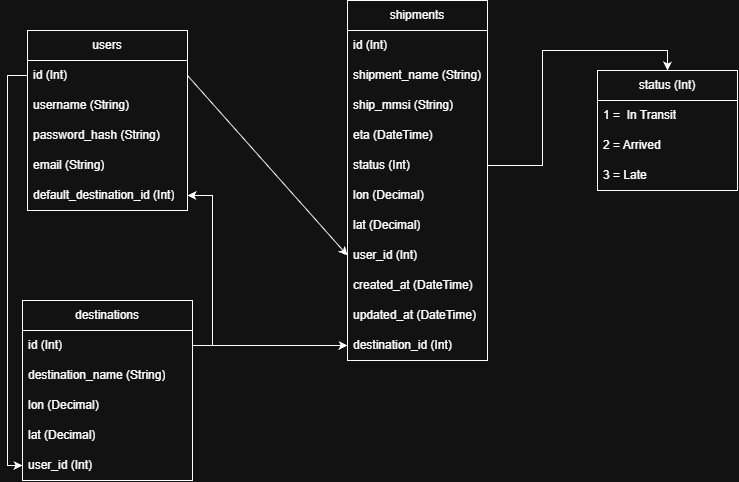
The draw.io diagram Documentation/Charts/ShipmentTrackingDB.drawio.png in Timanttiso/ShipmentTracking, before a commit. Source tidied: cells renumbered, new cells last; positions are measured from the earlier drawing's top-left corner, leaving out a move shared by most shapes.
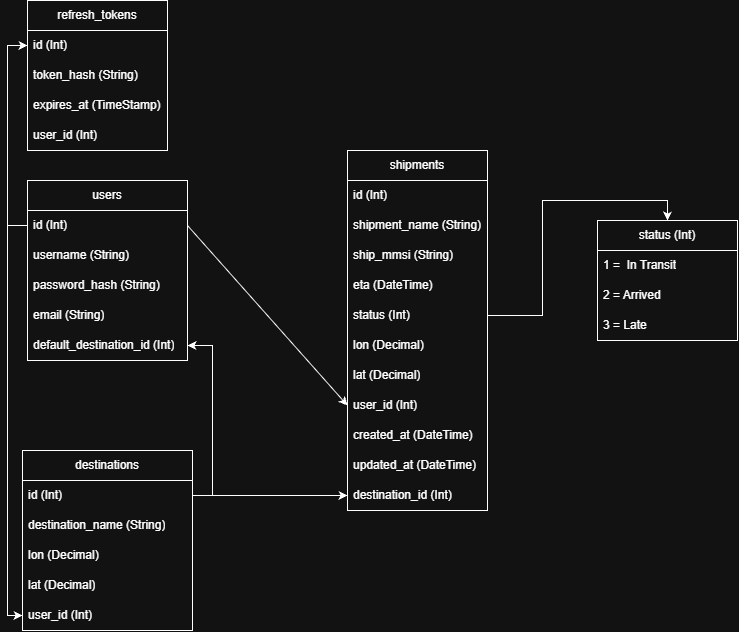
After the change.

Commit message:
Updated db chart with refresh token table

The edit, as a diff of the source:
```diff
@@ -38,6 +38,9 @@
     <mxCell id="13" value="destination_id (Int)" style="text;strokeColor=none;fillColor=none;align=left;verticalAlign=middle;spacingLeft=4;spacingRight=4;overflow=hidden;points=[[0,0.5],[1,0.5]];portConstraint=eastwest;whiteSpace=wrap;html=1;" parent="2" vertex="1">
       <mxGeometry y="330" width="140" height="30" as="geometry" />
     </mxCell>
+    <mxCell id="35" style="edgeStyle=orthogonalEdgeStyle;rounded=0;jettySize=auto;html=1;exitX=0;exitY=0.25;exitDx=0;exitDy=0;entryX=0;entryY=0.5;entryDx=0;entryDy=0;" parent="1" edge="1" source="14" target="37">
+      <mxGeometry relative="1" as="geometry" />
+    </mxCell>
     <mxCell id="14" value="users" style="swimlane;fontStyle=0;horizontal=1;startSize=30;whiteSpace=wrap;html=1;" parent="1" vertex="1">
       <mxGeometry x="5" y="30" width="160" height="180" as="geometry" />
     </mxCell>
@@ -101,5 +104,20 @@
     <mxCell id="34" style="edgeStyle=orthogonalEdgeStyle;rounded=0;jettySize=auto;html=1;exitX=1;exitY=0.5;exitDx=0;exitDy=0;entryX=1;entryY=0.5;entryDx=0;entryDy=0;" parent="1" edge="1" source="28" target="19">
       <mxGeometry relative="1" as="geometry" />
     </mxCell>
+    <mxCell id="36" value="refresh_tokens" style="swimlane;fontStyle=0;horizontal=1;startSize=30;whiteSpace=wrap;html=1;" parent="1" vertex="1">
+      <mxGeometry x="5" y="-150" width="140" height="150" as="geometry" />
+    </mxCell>
+    <mxCell id="37" value="id (Int)" style="text;strokeColor=none;fillColor=none;align=left;verticalAlign=middle;spacingLeft=4;spacingRight=4;overflow=hidden;points=[[0,0.5],[1,0.5]];portConstraint=eastwest;whiteSpace=wrap;html=1;" parent="36" vertex="1">
+      <mxGeometry y="30" width="140" height="30" as="geometry" />
+    </mxCell>
+    <mxCell id="38" value="token_hash (String)" style="text;strokeColor=none;fillColor=none;align=left;verticalAlign=middle;spacingLeft=4;spacingRight=4;overflow=hidden;whiteSpace=wrap;html=1;" parent="36" vertex="1">
+      <mxGeometry y="60" width="140" height="30" as="geometry" />
+    </mxCell>
+    <mxCell id="39" value="expires_at (TimeStamp)" style="text;strokeColor=none;fillColor=none;align=left;verticalAlign=middle;spacingLeft=4;spacingRight=4;overflow=hidden;whiteSpace=wrap;html=1;" parent="36" vertex="1">
+      <mxGeometry y="90" width="140" height="30" as="geometry" />
+    </mxCell>
+    <mxCell id="40" value="user_id (Int)" style="text;strokeColor=none;fillColor=none;align=left;verticalAlign=middle;spacingLeft=4;spacingRight=4;overflow=hidden;whiteSpace=wrap;html=1;" parent="36" vertex="1">
+      <mxGeometry y="120" width="140" height="30" as="geometry" />
+    </mxCell>
   </root>
 </mxGraphModel>
```
